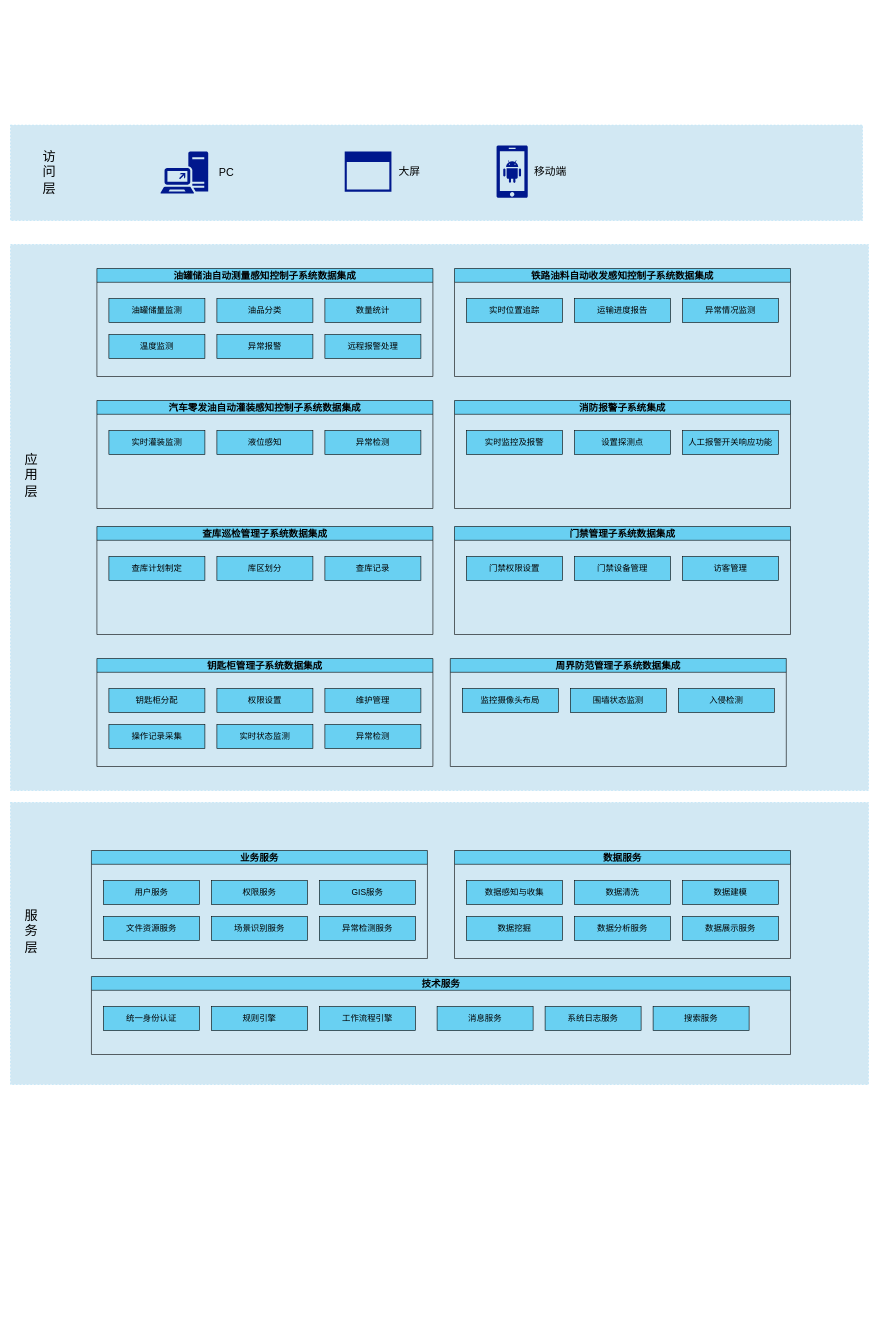
The draw.io diagram 油库物联网平台/系统架构图.drawio in xuekang/drawio, before the edit. Source tidied: cells renumbered, new cells numbered last; positions are measured from the earlier drawing's top-left corner, leaving out a move shared by most shapes. Both pictures are drawn from the tidied source at 60%, with x=0, y=0 at pixel (10, 125).
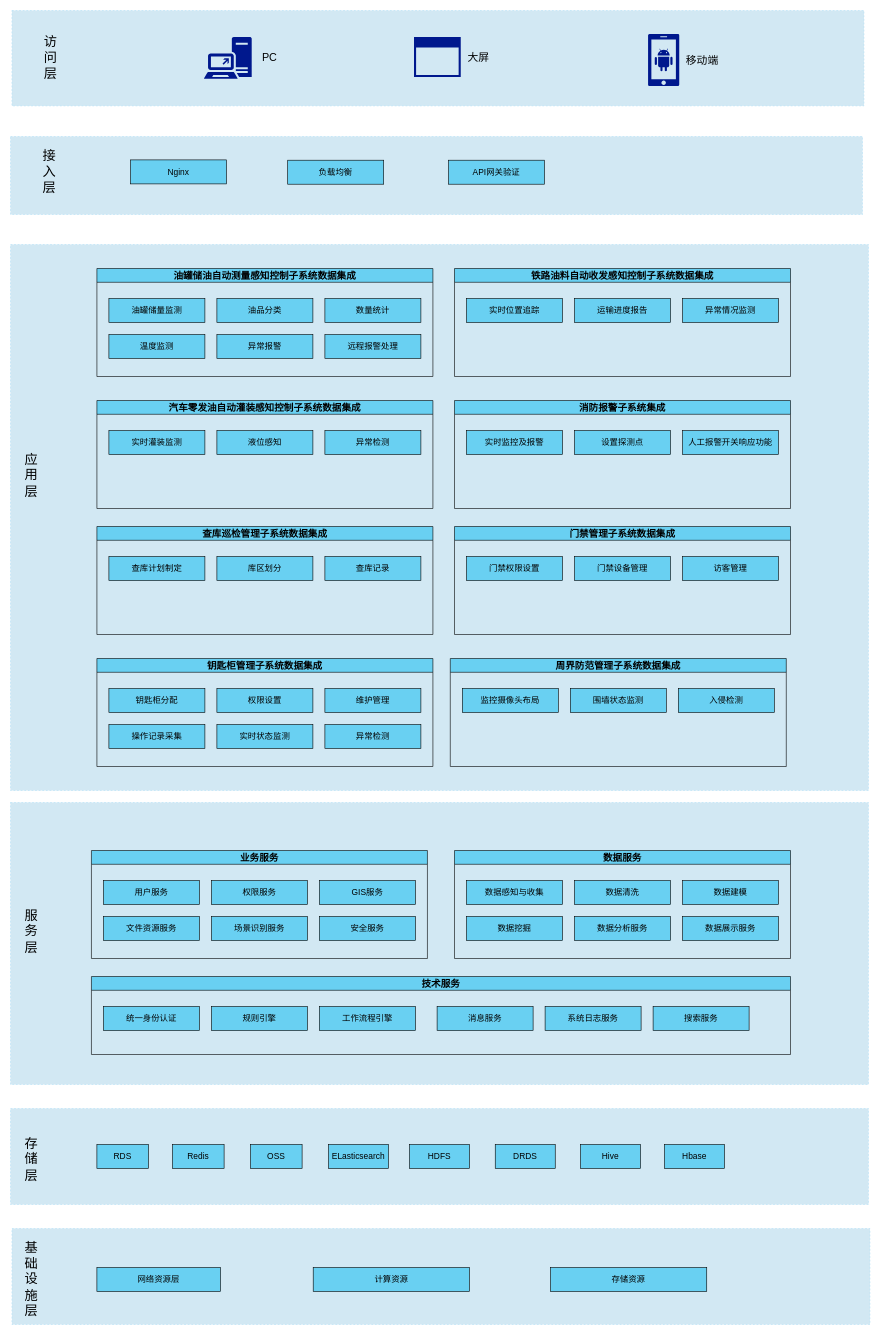
Above is the later version.

Commit message (it also covers changes not shown here):
更新系统架构图.drawio

The change refers to these unchanged cells:
```xml
<mxCell id="61" value="业务服务" style="swimlane;fillColor=#69D0F2;fontSize=16;startSize=23;" parent="60" vertex="1">
  <mxGeometry width="560" height="180" as="geometry" />
</mxCell>
```

The edit, as a diff of the source:
```diff
@@
     <mxCell id="2" style="rounded=0;whiteSpace=wrap;html=1;fillColor=#d2e8f3;fontColor=#ffffff;strokeColor=#b6e1f7;fillStyle=solid;dashed=1;" parent="1" vertex="1">
-      <mxGeometry width="1420" height="159" as="geometry" />
+      <mxGeometry x="2.4" y="-191" width="1420" height="159" as="geometry" />
     </mxCell>
     <mxCell id="3" value="&lt;font style=&quot;font-size: 22px;&quot;&gt;访问层&lt;/font&gt;" style="text;html=1;strokeColor=none;fillColor=none;align=center;verticalAlign=middle;whiteSpace=wrap;rounded=0;" parent="1" vertex="1">
-      <mxGeometry x="50" y="34" width="30" height="90" as="geometry" />
+      <mxGeometry x="52.4" y="-157" width="30" height="90" as="geometry" />
     </mxCell>
-    <mxCell id="4" style="sketch=0;shadow=0;dashed=0;html=1;strokeColor=none;labelPosition=center;verticalLabelPosition=bottom;verticalAlign=top;align=center;fillColor=#00188D;shape=mxgraph.mscae.enterprise.application_blank;" parent="1" vertex="1">
-      <mxGeometry x="557" y="44" width="77.9" height="67" as="geometry" />
-    </mxCell>
-    <mxCell id="5" style="sketch=0;shadow=0;dashed=0;html=1;strokeColor=none;labelPosition=center;verticalLabelPosition=bottom;verticalAlign=top;align=center;fillColor=#00188D;shape=mxgraph.mscae.enterprise.android_phone;" parent="1" vertex="1">
-      <mxGeometry x="810" y="34" width="52.2" height="87" as="geometry" />
-    </mxCell>
-    <mxCell id="6" style="sketch=0;shadow=0;dashed=0;html=1;strokeColor=none;labelPosition=center;verticalLabelPosition=bottom;verticalAlign=top;align=center;fillColor=#00188D;shape=mxgraph.mscae.enterprise.direct_access_feature;" parent="1" vertex="1">
-      <mxGeometry x="250" y="44" width="79.5" height="70" as="geometry" />
-    </mxCell>
-    <mxCell id="7" value="&lt;font style=&quot;font-size: 18px;&quot;&gt;PC&lt;/font&gt;" style="text;html=1;strokeColor=none;fillColor=none;align=center;verticalAlign=middle;whiteSpace=wrap;rounded=0;" parent="1" vertex="1">
-      <mxGeometry x="329.5" y="64" width="60" height="30" as="geometry" />
-    </mxCell>
-    <mxCell id="8" value="&lt;span style=&quot;font-size: 18px;&quot;&gt;大屏&lt;/span&gt;" style="text;html=1;strokeColor=none;fillColor=none;align=center;verticalAlign=middle;whiteSpace=wrap;rounded=0;" parent="1" vertex="1">
-      <mxGeometry x="634.9" y="62.5" width="60" height="30" as="geometry" />
-    </mxCell>
-    <mxCell id="9" value="&lt;span style=&quot;font-size: 18px;&quot;&gt;移动端&lt;/span&gt;" style="text;html=1;strokeColor=none;fillColor=none;align=center;verticalAlign=middle;whiteSpace=wrap;rounded=0;" parent="1" vertex="1">
-      <mxGeometry x="870" y="62.5" width="60" height="30" as="geometry" />
-    </mxCell>
@@
-    <mxCell id="65" value="&lt;p class=&quot;MsoNormal&quot;&gt;&lt;font style=&quot;font-size: 14px;&quot;&gt;异常检测服务&lt;/font&gt;&lt;/p&gt;" style="rounded=0;whiteSpace=wrap;html=1;fillColor=#69d0f2;" parent="61" vertex="1">
+    <mxCell id="65" value="&lt;p class=&quot;MsoNormal&quot;&gt;&lt;font style=&quot;font-size: 14px;&quot;&gt;安全服务&lt;/font&gt;&lt;/p&gt;" style="rounded=0;whiteSpace=wrap;html=1;fillColor=#69d0f2;" parent="61" vertex="1">
       <mxGeometry x="380" y="110" width="160" height="40" as="geometry" />
     </mxCell>
@@
+    <mxCell id="83" style="group;" parent="1" vertex="1">
+      <mxGeometry x="1062.5" y="-152" width="120" height="87" as="geometry" />
+    </mxCell>
+    <mxCell id="5" style="sketch=0;shadow=0;dashed=0;html=1;strokeColor=none;labelPosition=center;verticalLabelPosition=bottom;verticalAlign=top;align=center;fillColor=#00188D;shape=mxgraph.mscae.enterprise.android_phone;" parent="83" vertex="1">
+      <mxGeometry width="52.2" height="87" as="geometry" />
+    </mxCell>
+    <mxCell id="9" value="&lt;span style=&quot;font-size: 18px;&quot;&gt;移动端&lt;/span&gt;" style="text;html=1;strokeColor=none;fillColor=none;align=center;verticalAlign=middle;whiteSpace=wrap;rounded=0;" parent="83" vertex="1">
+      <mxGeometry x="60" y="28.5" width="60" height="30" as="geometry" />
+    </mxCell>
+    <mxCell id="84" style="group;" parent="1" vertex="1">
+      <mxGeometry x="672.5" y="-147" width="137.9" height="67" as="geometry" />
+    </mxCell>
+    <mxCell id="4" style="sketch=0;shadow=0;dashed=0;html=1;strokeColor=none;labelPosition=center;verticalLabelPosition=bottom;verticalAlign=top;align=center;fillColor=#00188D;shape=mxgraph.mscae.enterprise.application_blank;" parent="84" vertex="1">
+      <mxGeometry width="77.9" height="67" as="geometry" />
+    </mxCell>
+    <mxCell id="8" value="&lt;span style=&quot;font-size: 18px;&quot;&gt;大屏&lt;/span&gt;" style="text;html=1;strokeColor=none;fillColor=none;align=center;verticalAlign=middle;whiteSpace=wrap;rounded=0;" parent="84" vertex="1">
+      <mxGeometry x="77.9" y="18.5" width="60" height="30" as="geometry" />
+    </mxCell>
+    <mxCell id="85" style="group;" parent="1" vertex="1">
+      <mxGeometry x="322.5" y="-147" width="139.5" height="70" as="geometry" />
+    </mxCell>
+    <mxCell id="6" style="sketch=0;shadow=0;dashed=0;html=1;strokeColor=none;labelPosition=center;verticalLabelPosition=bottom;verticalAlign=top;align=center;fillColor=#00188D;shape=mxgraph.mscae.enterprise.direct_access_feature;" parent="85" vertex="1">
+      <mxGeometry width="79.5" height="70" as="geometry" />
+    </mxCell>
+    <mxCell id="7" value="&lt;font style=&quot;font-size: 18px;&quot;&gt;PC&lt;/font&gt;" style="text;html=1;strokeColor=none;fillColor=none;align=center;verticalAlign=middle;whiteSpace=wrap;rounded=0;" parent="85" vertex="1">
+      <mxGeometry x="79.5" y="20" width="60" height="30" as="geometry" />
+    </mxCell>
+    <mxCell id="86" style="rounded=0;whiteSpace=wrap;html=1;fillColor=#d2e8f3;fontColor=#ffffff;strokeColor=#b6e1f7;fillStyle=solid;dashed=1;" parent="1" vertex="1">
+      <mxGeometry y="1639" width="1430" height="160" as="geometry" />
+    </mxCell>
+    <mxCell id="87" value="&lt;span style=&quot;font-size: 22px;&quot;&gt;存储层&lt;/span&gt;" style="text;html=1;strokeColor=none;fillColor=none;align=center;verticalAlign=middle;whiteSpace=wrap;rounded=0;" parent="1" vertex="1">
+      <mxGeometry x="20" y="1679" width="30" height="90" as="geometry" />
+    </mxCell>
+    <mxCell id="88" value="&lt;span style=&quot;font-size: 14px;&quot;&gt;RDS&lt;/span&gt;" style="rounded=0;whiteSpace=wrap;html=1;fillColor=#69d0f2;" parent="1" vertex="1">
+      <mxGeometry x="144" y="1699" width="86" height="40" as="geometry" />
+    </mxCell>
+    <mxCell id="89" value="&lt;span style=&quot;font-size: 14px;&quot;&gt;Redis&lt;/span&gt;" style="rounded=0;whiteSpace=wrap;html=1;fillColor=#69d0f2;" parent="1" vertex="1">
+      <mxGeometry x="270" y="1699" width="86" height="40" as="geometry" />
+    </mxCell>
+    <mxCell id="90" value="&lt;span style=&quot;font-size: 14px;&quot;&gt;OSS&lt;/span&gt;" style="rounded=0;whiteSpace=wrap;html=1;fillColor=#69d0f2;" parent="1" vertex="1">
+      <mxGeometry x="400" y="1699" width="86" height="40" as="geometry" />
+    </mxCell>
+    <mxCell id="91" value="&lt;span style=&quot;font-size: 14px;&quot;&gt;ELasticsearch&lt;/span&gt;" style="rounded=0;whiteSpace=wrap;html=1;fillColor=#69d0f2;" parent="1" vertex="1">
+      <mxGeometry x="530" y="1699" width="100" height="40" as="geometry" />
+    </mxCell>
+    <mxCell id="92" value="&lt;span style=&quot;font-size: 14px;&quot;&gt;HDFS&lt;/span&gt;" style="rounded=0;whiteSpace=wrap;html=1;fillColor=#69d0f2;" parent="1" vertex="1">
+      <mxGeometry x="665" y="1699" width="100" height="40" as="geometry" />
+    </mxCell>
+    <mxCell id="93" value="&lt;span style=&quot;font-size: 14px;&quot;&gt;DRDS&lt;br&gt;&lt;/span&gt;" style="rounded=0;whiteSpace=wrap;html=1;fillColor=#69d0f2;" parent="1" vertex="1">
+      <mxGeometry x="807.9" y="1699" width="100" height="40" as="geometry" />
+    </mxCell>
+    <mxCell id="94" value="&lt;span style=&quot;font-size: 14px;&quot;&gt;Hive&lt;br&gt;&lt;/span&gt;" style="rounded=0;whiteSpace=wrap;html=1;fillColor=#69d0f2;" parent="1" vertex="1">
+      <mxGeometry x="950" y="1699" width="100" height="40" as="geometry" />
+    </mxCell>
+    <mxCell id="95" value="&lt;span style=&quot;font-size: 14px;&quot;&gt;Hbase&lt;br&gt;&lt;/span&gt;" style="rounded=0;whiteSpace=wrap;html=1;fillColor=#69d0f2;" parent="1" vertex="1">
+      <mxGeometry x="1090" y="1699" width="100" height="40" as="geometry" />
+    </mxCell>
+    <mxCell id="96" style="rounded=0;whiteSpace=wrap;html=1;fillColor=#d2e8f3;fontColor=#ffffff;strokeColor=#b6e1f7;fillStyle=solid;dashed=1;" parent="1" vertex="1">
+      <mxGeometry x="2.4" y="1839" width="1430" height="160" as="geometry" />
+    </mxCell>
+    <mxCell id="97" value="&lt;span style=&quot;font-size: 22px;&quot;&gt;基础设施层&lt;/span&gt;" style="text;html=1;strokeColor=none;fillColor=none;align=center;verticalAlign=middle;whiteSpace=wrap;rounded=0;" parent="1" vertex="1">
+      <mxGeometry x="20" y="1879" width="30" height="90" as="geometry" />
+    </mxCell>
+    <mxCell id="98" value="&lt;span style=&quot;font-size: 14px;&quot;&gt;网络资源层&lt;/span&gt;" style="rounded=0;whiteSpace=wrap;html=1;fillColor=#69d0f2;" parent="1" vertex="1">
+      <mxGeometry x="144" y="1904" width="206" height="40" as="geometry" />
+    </mxCell>
+    <mxCell id="99" value="&lt;span style=&quot;font-size: 14px;&quot;&gt;计算资源&lt;/span&gt;" style="rounded=0;whiteSpace=wrap;html=1;fillColor=#69d0f2;" parent="1" vertex="1">
+      <mxGeometry x="504.5" y="1904" width="260.4" height="40" as="geometry" />
+    </mxCell>
+    <mxCell id="100" value="&lt;span style=&quot;font-size: 14px;&quot;&gt;存储资源&lt;/span&gt;" style="rounded=0;whiteSpace=wrap;html=1;fillColor=#69d0f2;" parent="1" vertex="1">
+      <mxGeometry x="900" y="1904" width="260.4" height="40" as="geometry" />
+    </mxCell>
+    <mxCell id="101" style="rounded=0;whiteSpace=wrap;html=1;fillColor=#d2e8f3;fontColor=#ffffff;strokeColor=#b6e1f7;fillStyle=solid;dashed=1;" parent="1" vertex="1">
+      <mxGeometry y="19" width="1420" height="130" as="geometry" />
+    </mxCell>
+    <mxCell id="102" value="&lt;font style=&quot;font-size: 22px;&quot;&gt;接入层&lt;/font&gt;" style="text;html=1;strokeColor=none;fillColor=none;align=center;verticalAlign=middle;whiteSpace=wrap;rounded=0;" parent="1" vertex="1">
+      <mxGeometry x="50" y="33" width="30" height="90" as="geometry" />
+    </mxCell>
+    <mxCell id="103" value="&lt;p class=&quot;MsoNormal&quot;&gt;&lt;span style=&quot;font-size: 14px;&quot;&gt;Nginx&lt;/span&gt;&lt;/p&gt;" style="rounded=0;whiteSpace=wrap;html=1;fillColor=#69d0f2;" parent="1" vertex="1">
+      <mxGeometry x="200" y="58" width="160" height="40" as="geometry" />
+    </mxCell>
+    <mxCell id="104" value="&lt;p class=&quot;MsoNormal&quot;&gt;&lt;span style=&quot;font-size: 14px;&quot;&gt;负载均衡&lt;/span&gt;&lt;/p&gt;" style="rounded=0;whiteSpace=wrap;html=1;fillColor=#69d0f2;" parent="1" vertex="1">
+      <mxGeometry x="462" y="58.5" width="160" height="40" as="geometry" />
+    </mxCell>
+    <mxCell id="105" value="&lt;p class=&quot;MsoNormal&quot;&gt;&lt;span style=&quot;font-size: 14px;&quot;&gt;API网关验证&lt;/span&gt;&lt;/p&gt;" style="rounded=0;whiteSpace=wrap;html=1;fillColor=#69d0f2;" parent="1" vertex="1">
+      <mxGeometry x="730" y="58.5" width="160" height="40" as="geometry" />
+    </mxCell>
```
